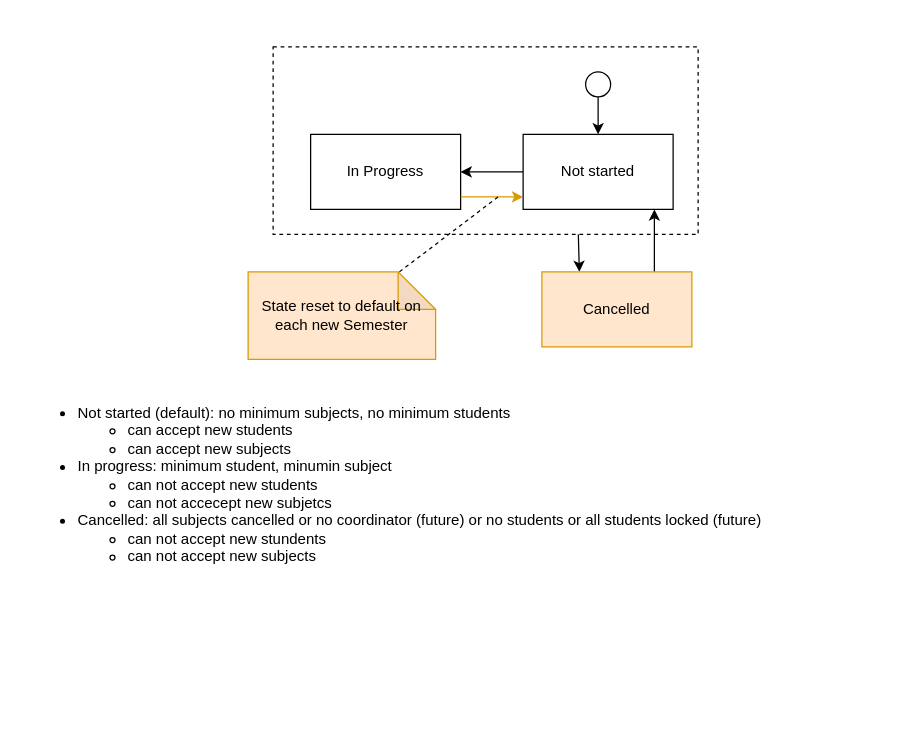
douglasdcm/tdd_detroid keeps this draw.io diagram as page "CourseState" (5 of 12) of architecture/code_analysis_v3/components-phase1.drawio. Above is the earlier version. Source tidied: cells renumbered, new cells numbered last; positions are measured from the earlier drawing's top-left corner, leaving out a move shared by most shapes. Both pictures are drawn from the tidied source at 125%, with x=0, y=0 at pixel (25, 46).
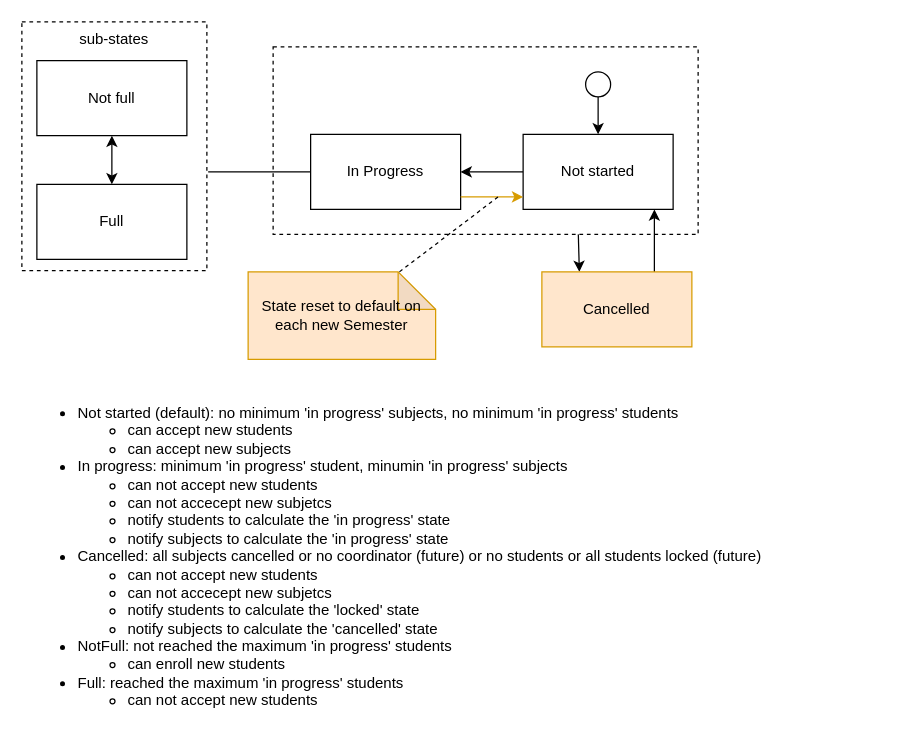
Above is the later version.

The change refers to these unchanged cells:
```xml
<mxCell id="8" value="In Progress" style="rounded=0;whiteSpace=wrap;html=1;" parent="1" vertex="1">
  <mxGeometry x="228" y="70" width="120" height="60" as="geometry" />
</mxCell>
```

Diff of the diagram source:
```diff
@@
-    <mxCell id="2" value="&lt;ul&gt;&lt;li&gt;Not started (default): no minimum subjects, no minimum students&lt;/li&gt;&lt;ul&gt;&lt;li&gt;can accept new students&lt;/li&gt;&lt;li&gt;can accept new subjects&lt;/li&gt;&lt;/ul&gt;&lt;li&gt;In progress: minimum student, minumin subject&lt;/li&gt;&lt;ul&gt;&lt;li&gt;can not accept new students&lt;/li&gt;&lt;li&gt;can not accecept new subjetcs&lt;/li&gt;&lt;/ul&gt;&lt;li&gt;Cancelled: all subjects cancelled or no coordinator (future) or no students or all students locked (future)&lt;/li&gt;&lt;ul&gt;&lt;li&gt;can not accept new stundents&lt;/li&gt;&lt;li&gt;can not accept new subjects&lt;/li&gt;&lt;/ul&gt;&lt;/ul&gt;" style="text;html=1;align=left;verticalAlign=top;whiteSpace=wrap;rounded=0;" parent="1" vertex="1">
+    <mxCell id="2" value="&lt;ul&gt;&lt;li&gt;Not started (default): no minimum 'in progress' subjects, no minimum 'in progress' students&lt;/li&gt;&lt;ul&gt;&lt;li&gt;can accept new students&lt;/li&gt;&lt;li&gt;can accept new subjects&lt;/li&gt;&lt;/ul&gt;&lt;li&gt;In progress: minimum 'in progress' student, minumin 'in progress' subjects&lt;/li&gt;&lt;ul&gt;&lt;li&gt;can not accept new students&lt;/li&gt;&lt;li&gt;can not accecept new subjetcs&lt;/li&gt;&lt;li&gt;notify students to calculate the 'in progress' state&lt;/li&gt;&lt;li&gt;notify subjects to calculate the 'in progress' state&lt;/li&gt;&lt;/ul&gt;&lt;li&gt;Cancelled: all subjects cancelled or no coordinator (future) or no students or all students locked (future)&lt;/li&gt;&lt;ul&gt;&lt;li&gt;can not accept new students&lt;/li&gt;&lt;li&gt;can not accecept new subjetcs&lt;/li&gt;&lt;li&gt;notify students to calculate the 'locked' state&lt;/li&gt;&lt;li&gt;notify subjects to calculate the 'cancelled' state&lt;/li&gt;&lt;/ul&gt;&lt;li&gt;NotFull: not reached the maximum 'in progress' students&lt;/li&gt;&lt;ul&gt;&lt;li&gt;can enroll new students&lt;/li&gt;&lt;/ul&gt;&lt;li&gt;Full: reached the maximum 'in progress' students&lt;/li&gt;&lt;ul&gt;&lt;li&gt;can not accept new students&lt;/li&gt;&lt;/ul&gt;&lt;/ul&gt;" style="text;html=1;align=left;verticalAlign=top;whiteSpace=wrap;rounded=0;" parent="1" vertex="1">
       <mxGeometry y="267" width="700" height="260" as="geometry" />
     </mxCell>
@@
+    <mxCell id="15" style="edgeStyle=orthogonalEdgeStyle;html=1;entryX=1.007;entryY=0.603;entryDx=0;entryDy=0;elbow=vertical;endArrow=none;endFill=0;entryPerimeter=0;" parent="1" edge="1" source="8" target="16">
+      <mxGeometry relative="1" as="geometry" />
+    </mxCell>
+    <mxCell id="16" value="sub-states" style="rounded=0;whiteSpace=wrap;html=1;dashed=1;verticalAlign=top;" parent="1" vertex="1">
+      <mxGeometry x="-3" y="-20" width="148" height="199" as="geometry" />
+    </mxCell>
+    <mxCell id="17" value="Full" style="rounded=0;whiteSpace=wrap;html=1;" parent="1" vertex="1">
+      <mxGeometry x="9" y="110" width="120" height="60" as="geometry" />
+    </mxCell>
+    <mxCell id="18" style="html=1;entryX=0.5;entryY=0;entryDx=0;entryDy=0;elbow=vertical;startArrow=classic;startFill=1;" parent="1" edge="1" source="19" target="17">
+      <mxGeometry relative="1" as="geometry" />
+    </mxCell>
+    <mxCell id="19" value="Not full" style="rounded=0;whiteSpace=wrap;html=1;" parent="1" vertex="1">
+      <mxGeometry x="9" y="11" width="120" height="60" as="geometry" />
+    </mxCell>
```
